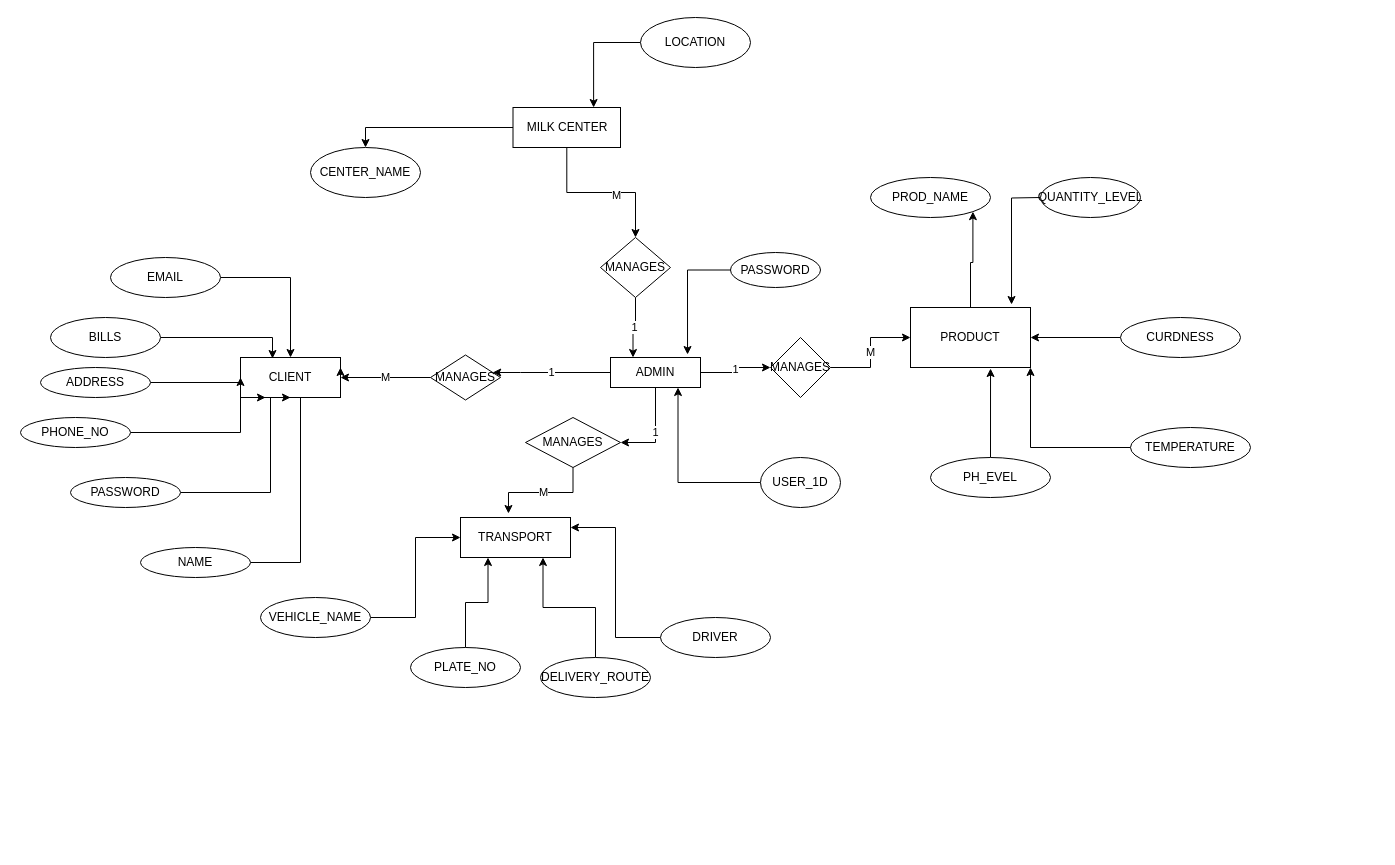
ChapaCode/online-quiz keeps this draw.io diagram as Untitled Diagram.drawio. Above is the earlier version. Source tidied: cells renumbered, new cells numbered last; positions are measured from the earlier drawing's top-left corner, leaving out a move shared by most shapes. Both pictures are drawn from the tidied source at 100%, with x=0, y=0 at pixel (20, 17).
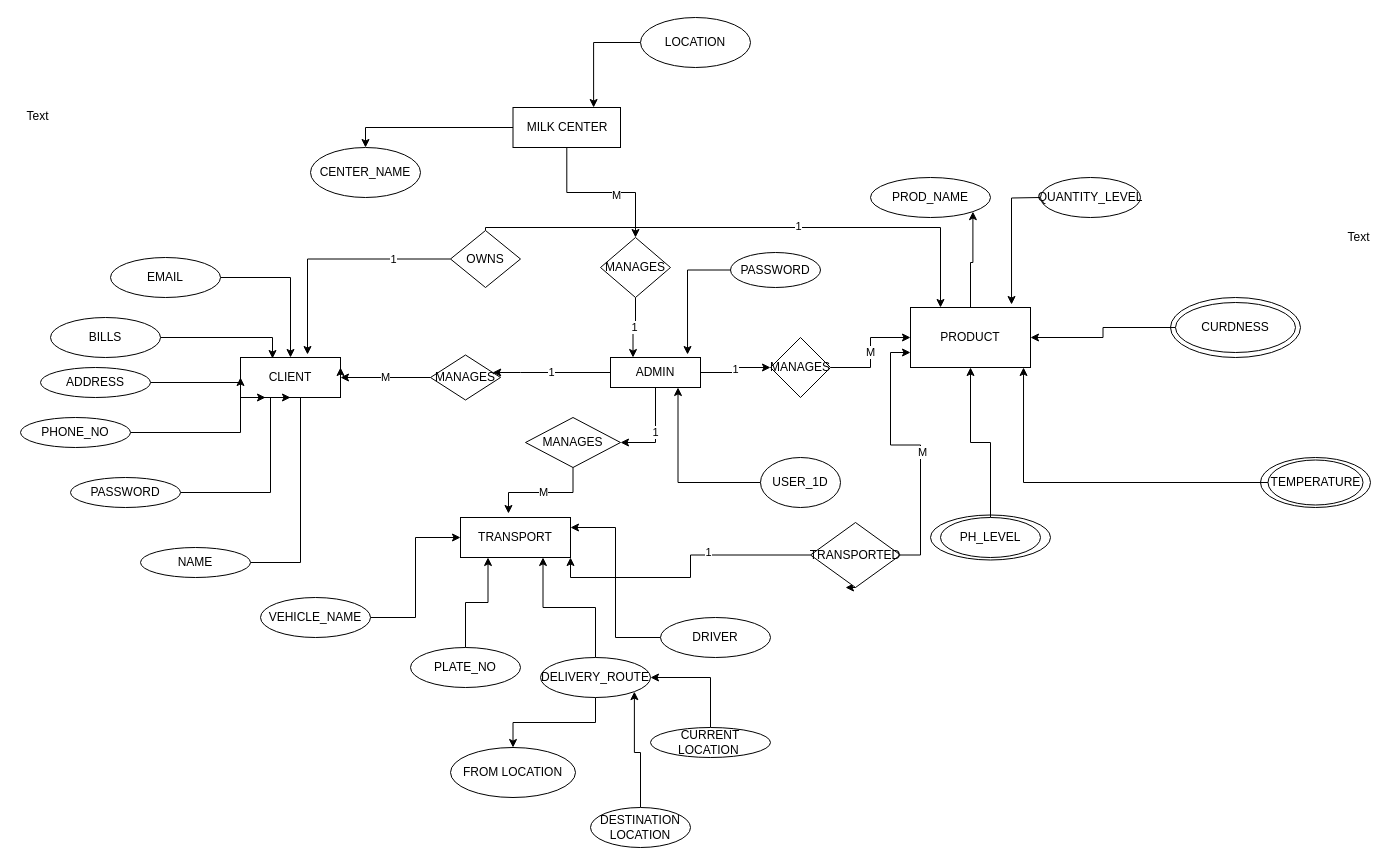
The same diagram, later.

Unchanged cells that the change refers to:
```xml
<mxCell id="7" value="PRODUCT" style="rounded=0;whiteSpace=wrap;html=1;" parent="1" vertex="1">
  <mxGeometry x="890" y="290" width="120" height="60" as="geometry" />
</mxCell>
<mxCell id="8" value="CLIENT" style="rounded=0;whiteSpace=wrap;html=1;" parent="1" vertex="1">
  <mxGeometry x="220" y="340" width="100" height="40" as="geometry" />
</mxCell>
<mxCell id="9" value="TRANSPORT" style="rounded=0;whiteSpace=wrap;html=1;" parent="1" vertex="1">
  <mxGeometry x="440" y="500" width="110" height="40" as="geometry" />
</mxCell>
<mxCell id="33" value="DELIVERY_ROUTE" style="ellipse;whiteSpace=wrap;html=1;" parent="1" vertex="1">
  <mxGeometry x="520" y="640" width="110" height="40" as="geometry" />
</mxCell>
```

What changed in the source:
```diff
@@
+    <mxCell id="58" style="edgeStyle=orthogonalEdgeStyle;rounded=0;jettySize=auto;html=1;" parent="1" edge="1" source="33" target="76">
+      <mxGeometry relative="1" as="geometry" />
+    </mxCell>
@@
-    <mxCell id="47" style="edgeStyle=orthogonalEdgeStyle;rounded=0;jettySize=auto;html=1;entryX=1;entryY=0.5;entryDx=0;entryDy=0;" parent="1" edge="1" source="48" target="7">
-      <mxGeometry relative="1" as="geometry" />
-    </mxCell>
-    <mxCell id="48" value="CURDNESS" style="ellipse;whiteSpace=wrap;html=1;" parent="1" vertex="1">
-      <mxGeometry x="1100" y="300" width="120" height="40" as="geometry" />
-    </mxCell>
-    <mxCell id="49" style="edgeStyle=orthogonalEdgeStyle;rounded=0;jettySize=auto;html=1;entryX=0.667;entryY=1.017;entryDx=0;entryDy=0;entryPerimeter=0;" parent="1" edge="1" source="50" target="7">
-      <mxGeometry relative="1" as="geometry" />
-    </mxCell>
-    <mxCell id="50" value="PH_EVEL" style="ellipse;whiteSpace=wrap;html=1;" parent="1" vertex="1">
-      <mxGeometry x="910" y="440" width="120" height="40" as="geometry" />
-    </mxCell>
@@
-    <mxCell id="52" style="edgeStyle=orthogonalEdgeStyle;rounded=0;jettySize=auto;html=1;entryX=1;entryY=1;entryDx=0;entryDy=0;" parent="1" edge="1" source="53" target="7">
-      <mxGeometry relative="1" as="geometry" />
-    </mxCell>
-    <mxCell id="53" value="TEMPERATURE" style="ellipse;whiteSpace=wrap;html=1;" parent="1" vertex="1">
-      <mxGeometry x="1110" y="410" width="120" height="40" as="geometry" />
-    </mxCell>
@@
+    <mxCell id="59" value="Text" style="text;html=1;align=center;verticalAlign=middle;" parent="1" vertex="1">
+      <mxGeometry x="-3" y="89" width="40" height="20" as="geometry" />
+    </mxCell>
+    <mxCell id="60" style="ellipse;whiteSpace=wrap;html=1;" parent="1" vertex="1">
+      <mxGeometry x="910" y="497.5" width="120" height="45" as="geometry" />
+    </mxCell>
+    <mxCell id="61" style="edgeStyle=orthogonalEdgeStyle;rounded=0;jettySize=auto;html=1;" parent="1" edge="1" source="62" target="7">
+      <mxGeometry relative="1" as="geometry" />
+    </mxCell>
+    <mxCell id="62" value="PH_LEVEL" style="ellipse;whiteSpace=wrap;html=1;" parent="1" vertex="1">
+      <mxGeometry x="920" y="500" width="100" height="40" as="geometry" />
+    </mxCell>
+    <mxCell id="63" style="ellipse;whiteSpace=wrap;html=1;" parent="1" vertex="1">
+      <mxGeometry x="1240" y="440" width="110" height="50" as="geometry" />
+    </mxCell>
+    <mxCell id="52" style="edgeStyle=orthogonalEdgeStyle;rounded=0;jettySize=auto;html=1;entryX=0.942;entryY=1;entryDx=0;entryDy=0;entryPerimeter=0;" parent="1" edge="1" source="53" target="7">
+      <mxGeometry relative="1" as="geometry" />
+    </mxCell>
+    <mxCell id="53" value="TEMPERATURE" style="ellipse;whiteSpace=wrap;html=1;" parent="1" vertex="1">
+      <mxGeometry x="1247.5" y="442.5" width="95" height="45" as="geometry" />
+    </mxCell>
+    <mxCell id="64" style="ellipse;whiteSpace=wrap;html=1;" parent="1" vertex="1">
+      <mxGeometry x="1150" y="280" width="130" height="60" as="geometry" />
+    </mxCell>
+    <mxCell id="47" style="edgeStyle=orthogonalEdgeStyle;rounded=0;jettySize=auto;html=1;" parent="1" edge="1" source="48" target="7">
+      <mxGeometry relative="1" as="geometry" />
+    </mxCell>
+    <mxCell id="48" value="CURDNESS" style="ellipse;whiteSpace=wrap;html=1;" parent="1" vertex="1">
+      <mxGeometry x="1155" y="285" width="120" height="50" as="geometry" />
+    </mxCell>
+    <mxCell id="65" style="edgeStyle=orthogonalEdgeStyle;rounded=0;jettySize=auto;html=1;entryX=0.67;entryY=-0.075;entryDx=0;entryDy=0;entryPerimeter=0;" parent="1" edge="1" source="69" target="8">
+      <mxGeometry relative="1" as="geometry" />
+    </mxCell>
+    <mxCell id="66" value="1" style="edgeLabel;html=1;align=center;verticalAlign=middle;" parent="65" vertex="1">
+      <mxGeometry x="-0.51" relative="1" as="geometry" />
+    </mxCell>
+    <mxCell id="67" style="edgeStyle=orthogonalEdgeStyle;rounded=0;jettySize=auto;html=1;entryX=0.25;entryY=0;entryDx=0;entryDy=0;" parent="1" edge="1" source="69" target="7">
+      <mxGeometry relative="1" as="geometry">
+        <Array as="points">
+          <mxPoint x="465" y="210" />
+          <mxPoint x="920" y="210" />
+        </Array>
+      </mxGeometry>
+    </mxCell>
+    <mxCell id="68" value="1" style="edgeLabel;html=1;align=center;verticalAlign=middle;" parent="67" vertex="1">
+      <mxGeometry x="0.17" y="2" relative="1" as="geometry" />
+    </mxCell>
+    <mxCell id="69" value="OWNS" style="rhombus;whiteSpace=wrap;html=1;" parent="1" vertex="1">
+      <mxGeometry x="430" y="213" width="70" height="57" as="geometry" />
+    </mxCell>
+    <mxCell id="70" style="edgeStyle=orthogonalEdgeStyle;rounded=0;jettySize=auto;html=1;entryX=0;entryY=0.75;entryDx=0;entryDy=0;" parent="1" edge="1" source="75" target="7">
+      <mxGeometry relative="1" as="geometry" />
+    </mxCell>
+    <mxCell id="71" value="M" style="edgeLabel;html=1;align=center;verticalAlign=middle;" parent="70" vertex="1">
+      <mxGeometry x="-0.09" y="-1" relative="1" as="geometry">
+        <mxPoint y="1" as="offset" />
+      </mxGeometry>
+    </mxCell>
+    <mxCell id="72" style="edgeStyle=orthogonalEdgeStyle;rounded=0;jettySize=auto;html=1;entryX=1;entryY=1;entryDx=0;entryDy=0;" parent="1" edge="1" source="75" target="9">
+      <mxGeometry relative="1" as="geometry" />
+    </mxCell>
+    <mxCell id="73" value="1" style="edgeLabel;html=1;align=center;verticalAlign=middle;" parent="72" vertex="1">
+      <mxGeometry x="-0.27" y="-3" relative="1" as="geometry" />
+    </mxCell>
+    <mxCell id="74" style="edgeStyle=orthogonalEdgeStyle;rounded=0;jettySize=auto;html=1;exitX=0.5;exitY=1;exitDx=0;exitDy=0;" parent="1" edge="1" source="75">
+      <mxGeometry relative="1" as="geometry">
+        <mxPoint x="825" y="570" as="targetPoint" />
+      </mxGeometry>
+    </mxCell>
+    <mxCell id="75" value="TRANSPORTED" style="rhombus;whiteSpace=wrap;html=1;" parent="1" vertex="1">
+      <mxGeometry x="790" y="505" width="90" height="65" as="geometry" />
+    </mxCell>
+    <mxCell id="76" value="FROM LOCATION" style="ellipse;whiteSpace=wrap;html=1;" parent="1" vertex="1">
+      <mxGeometry x="430" y="730" width="125" height="50" as="geometry" />
+    </mxCell>
+    <mxCell id="77" style="edgeStyle=orthogonalEdgeStyle;rounded=0;jettySize=auto;html=1;entryX=1;entryY=0.5;entryDx=0;entryDy=0;" parent="1" edge="1" source="78" target="33">
+      <mxGeometry relative="1" as="geometry" />
+    </mxCell>
+    <mxCell id="78" value="CURRENT LOCATION&amp;nbsp;" style="ellipse;whiteSpace=wrap;html=1;" parent="1" vertex="1">
+      <mxGeometry x="630" y="710" width="120" height="30" as="geometry" />
+    </mxCell>
+    <mxCell id="79" style="edgeStyle=orthogonalEdgeStyle;rounded=0;jettySize=auto;html=1;entryX=1;entryY=1;entryDx=0;entryDy=0;" parent="1" edge="1" source="80" target="33">
+      <mxGeometry relative="1" as="geometry" />
+    </mxCell>
+    <mxCell id="80" value="DESTINATION LOCATION" style="ellipse;whiteSpace=wrap;html=1;" parent="1" vertex="1">
+      <mxGeometry x="570" y="790" width="100" height="40" as="geometry" />
+    </mxCell>
+    <mxCell id="81" value="Text" style="text;html=1;align=center;verticalAlign=middle;" parent="1" vertex="1">
+      <mxGeometry x="1318" y="210" width="40" height="20" as="geometry" />
+    </mxCell>
```
